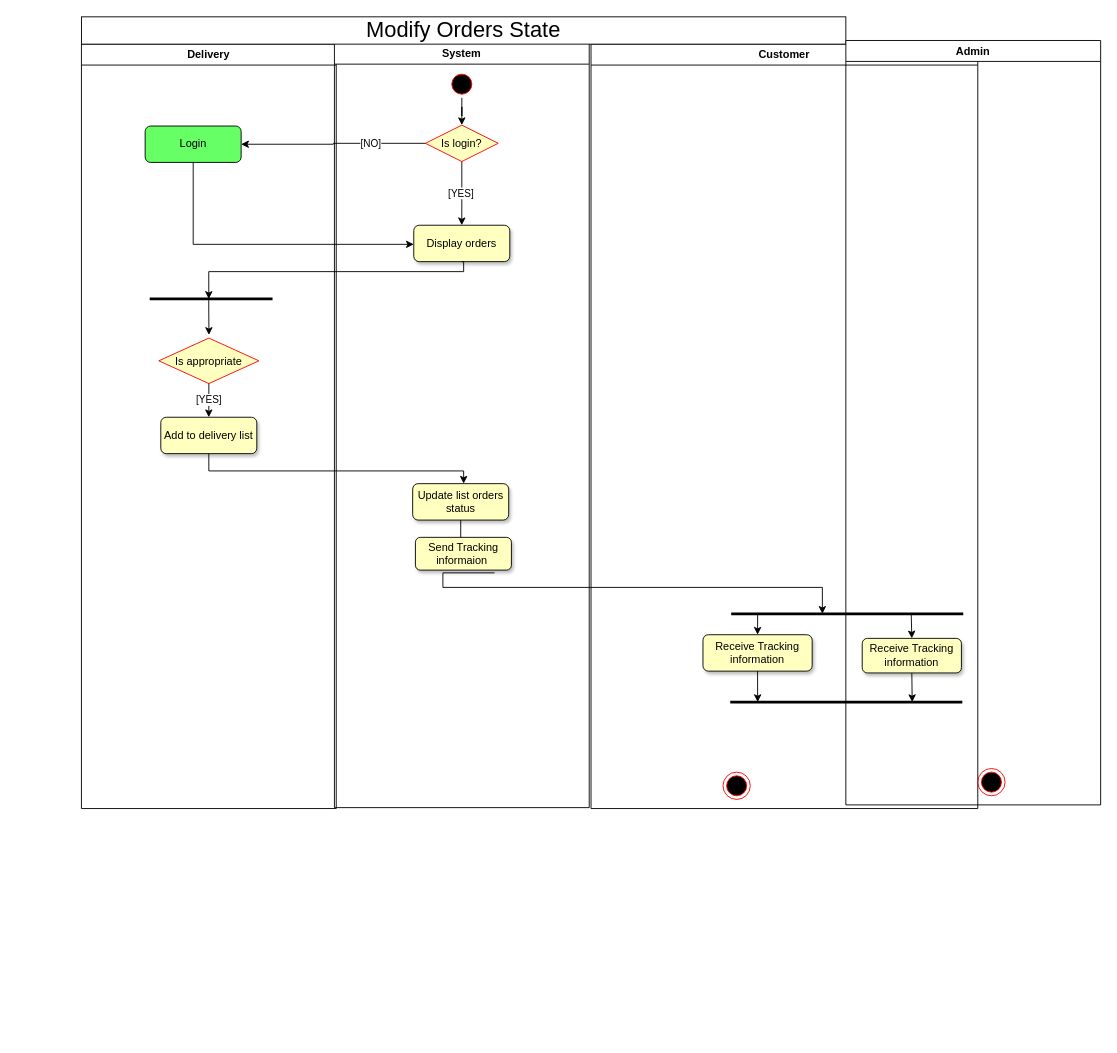
Before: UML/activity diagram and scenario/Delivery Modifies Orders State/Modify Orders State activity diagram.drawio in eltohamy3/Ecommerce-System-analysis_project, a draw.io diagram. Source tidied: cells renumbered, new cells numbered last; positions are measured from the earlier drawing's top-left corner, leaving out a move shared by most shapes. Both pictures are drawn from the tidied source at 91%, with x=0, y=0 at pixel (81, 16).
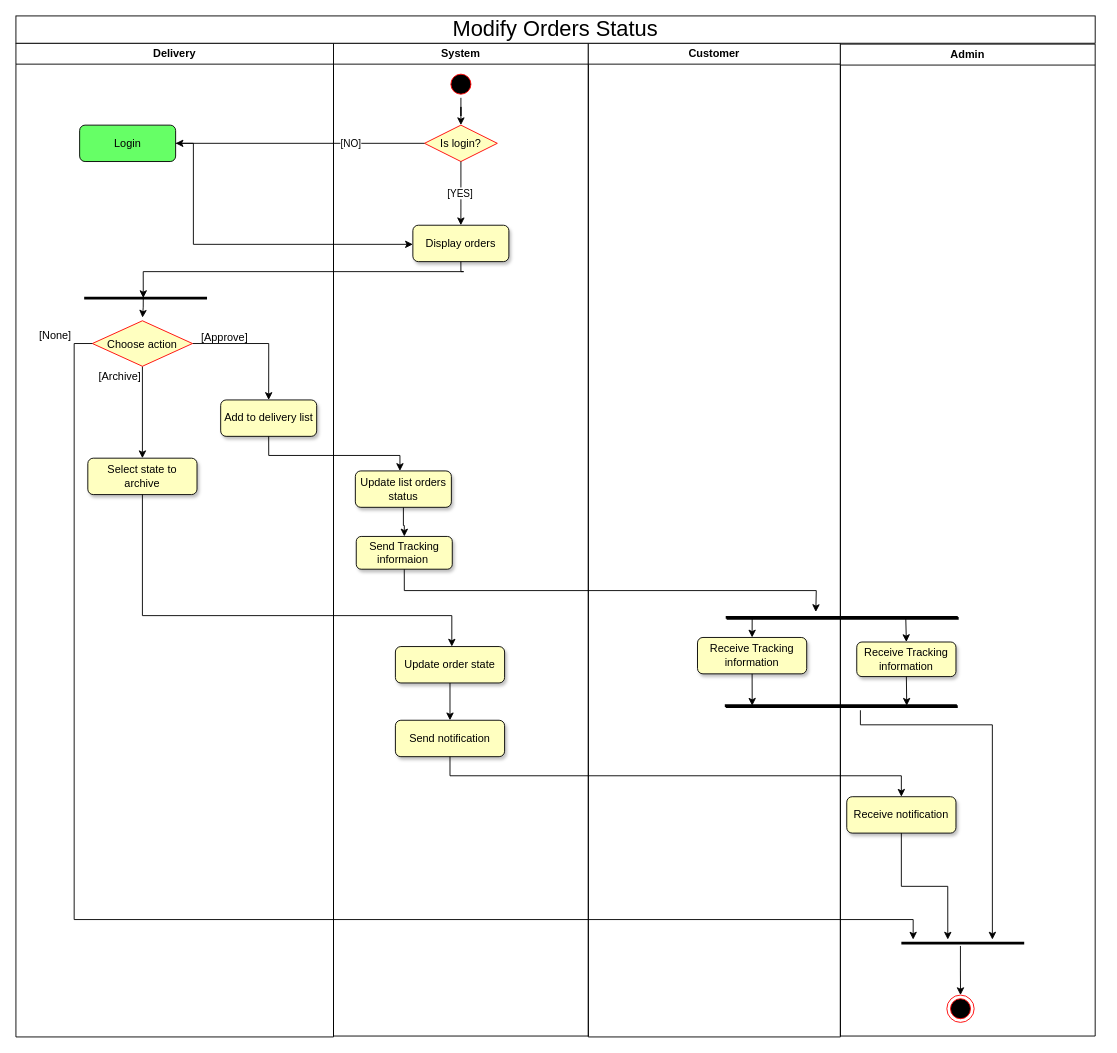
After the change.

Diff of the diagram source:
```diff
@@
     <mxCell id="2" value="Delivery" style="swimlane;whiteSpace=wrap;fillColor=#FFFFFF;" parent="1" vertex="1">
-      <mxGeometry y="30" width="280" height="840" as="geometry" />
+      <mxGeometry x="-72" y="29" width="349" height="1092" as="geometry" />
     </mxCell>
@@
+    <mxCell id="8" value="&lt;span style=&quot;text-wrap-mode: nowrap;&quot;&gt;Login&lt;/span&gt;" style="rounded=1;whiteSpace=wrap;html=1;fillColor=#66FF66;" parent="2" vertex="1">
+      <mxGeometry x="70" y="90" width="105.5" height="40" as="geometry" />
+    </mxCell>
+    <mxCell id="6" style="edgeStyle=orthogonalEdgeStyle;rounded=0;jettySize=auto;html=1;entryX=0.5;entryY=0;entryDx=0;entryDy=0;" parent="2" edge="1" source="5" target="7">
+      <mxGeometry relative="1" as="geometry" />
+    </mxCell>
+    <mxCell id="38" style="edgeStyle=orthogonalEdgeStyle;rounded=0;jettySize=auto;html=1;entryX=0.5;entryY=0;entryDx=0;entryDy=0;" parent="2" edge="1" source="5" target="42">
+      <mxGeometry relative="1" as="geometry" />
+    </mxCell>
-    <mxCell id="5" value="Is appropriate" style="rhombus;fillColor=#FFFFC0;strokeColor=#ff0000;" parent="2" vertex="1">
-      <mxGeometry x="85" y="323" width="110" height="50" as="geometry" />
+    <mxCell id="5" value="Choose action" style="rhombus;fillColor=#FFFFC0;strokeColor=#ff0000;" parent="2" vertex="1">
+      <mxGeometry x="84" y="305" width="110" height="50" as="geometry" />
     </mxCell>
-    <mxCell id="6" value="[YES]" style="edgeStyle=orthogonalEdgeStyle;rounded=0;jettySize=auto;html=1;entryX=0.5;entryY=0;entryDx=0;entryDy=0;fillColor=#FFFFC0;" parent="2" edge="1" source="5" target="7">
-      <mxGeometry relative="1" as="geometry" />
-    </mxCell>
     <mxCell id="7" value="Add to delivery list" style="rounded=1;whiteSpace=wrap;html=1;fillColor=#FFFFC0;shadow=1;" parent="2" vertex="1">
-      <mxGeometry x="87.2" y="410" width="105.5" height="40" as="geometry" />
+      <mxGeometry x="225" y="392" width="105.5" height="40" as="geometry" />
     </mxCell>
-    <mxCell id="8" value="&lt;span style=&quot;text-wrap-mode: nowrap;&quot;&gt;Login&lt;/span&gt;" style="rounded=1;whiteSpace=wrap;html=1;fillColor=#66FF66;" parent="2" vertex="1">
-      <mxGeometry x="70" y="90" width="105.5" height="40" as="geometry" />
-    </mxCell>
-    <mxCell id="9" value="System" style="swimlane;whiteSpace=wrap;fillColor=#FFFFFF;" parent="1" vertex="1">
-      <mxGeometry x="278" y="29" width="280" height="840" as="geometry" />
-    </mxCell>
-    <mxCell id="10" value="Display orders" style="rounded=1;whiteSpace=wrap;html=1;fillColor=#FFFFC0;shadow=1;" parent="9" vertex="1">
-      <mxGeometry x="87.2" y="200" width="105.5" height="40" as="geometry" />
-    </mxCell>
-    <mxCell id="11" style="edgeStyle=orthogonalEdgeStyle;rounded=0;jettySize=auto;html=1;fillColor=#FFFFC0;" parent="9" edge="1" source="12" target="13">
+    <mxCell id="11" style="edgeStyle=orthogonalEdgeStyle;rounded=0;jettySize=auto;html=1;fillColor=#FFFFC0;" parent="2" edge="1" source="12" target="13">
       <mxGeometry relative="1" as="geometry" />
     </mxCell>
-    <mxCell id="12" value="Update list orders status" style="rounded=1;whiteSpace=wrap;html=1;fillColor=#FFFFC0;shadow=1;" parent="9" vertex="1">
-      <mxGeometry x="86" y="484" width="105.5" height="40" as="geometry" />
+    <mxCell id="12" value="Update list orders status" style="rounded=1;whiteSpace=wrap;html=1;fillColor=#FFFFC0;shadow=1;" parent="2" vertex="1">
+      <mxGeometry x="373" y="470" width="105.5" height="40" as="geometry" />
     </mxCell>
-    <mxCell id="13" value="Send Tracking informaion&amp;nbsp;" style="rounded=1;whiteSpace=wrap;html=1;fillColor=#FFFFC0;shadow=1;" parent="9" vertex="1">
-      <mxGeometry x="89" y="543" width="105.5" height="36" as="geometry" />
+    <mxCell id="13" value="Send Tracking informaion&amp;nbsp;" style="rounded=1;whiteSpace=wrap;html=1;fillColor=#FFFFC0;shadow=1;" parent="2" vertex="1">
+      <mxGeometry x="374" y="542" width="105.5" height="36" as="geometry" />
     </mxCell>
+    <mxCell id="19" style="edgeStyle=orthogonalEdgeStyle;rounded=0;jettySize=auto;html=1;exitX=0.5;exitY=1;exitDx=0;exitDy=0;fillColor=#FFFFC0;" parent="2" edge="1" source="7" target="12">
+      <mxGeometry relative="1" as="geometry">
+        <Array as="points">
+          <mxPoint x="278" y="453" />
+          <mxPoint x="422" y="453" />
+        </Array>
+      </mxGeometry>
+    </mxCell>
+    <mxCell id="39" value="[Approve]" style="text;html=1;align=center;verticalAlign=middle;strokeColor=none;fillColor=none;" parent="2" vertex="1">
+      <mxGeometry x="194" y="310" width="70" height="27" as="geometry" />
+    </mxCell>
+    <mxCell id="40" value="[None]" style="text;html=1;align=center;verticalAlign=middle;strokeColor=none;fillColor=none;" parent="2" vertex="1">
+      <mxGeometry x="16" y="308" width="54" height="27" as="geometry" />
+    </mxCell>
+    <mxCell id="41" value="[Archive]" style="text;html=1;align=center;verticalAlign=middle;strokeColor=none;fillColor=none;" parent="2" vertex="1">
+      <mxGeometry x="81" y="353" width="66" height="27" as="geometry" />
+    </mxCell>
+    <mxCell id="42" value="Select state to archive" style="rounded=1;whiteSpace=wrap;html=1;fillColor=#FFFFC0;shadow=1;" parent="2" vertex="1">
+      <mxGeometry x="79" y="456" width="120" height="40" as="geometry" />
+    </mxCell>
+    <mxCell id="9" value="System" style="swimlane;whiteSpace=wrap;fillColor=#FFFFFF;" parent="1" vertex="1">
+      <mxGeometry x="277" y="29" width="280" height="1091" as="geometry" />
+    </mxCell>
+    <mxCell id="10" value="Display orders" style="rounded=1;whiteSpace=wrap;html=1;fillColor=#FFFFC0;shadow=1;" parent="9" vertex="1">
+      <mxGeometry x="87.2" y="200" width="105.5" height="40" as="geometry" />
+    </mxCell>
@@
-    <mxCell id="19" style="edgeStyle=orthogonalEdgeStyle;rounded=0;jettySize=auto;html=1;exitX=0.5;exitY=1;exitDx=0;exitDy=0;fillColor=#FFFFC0;" parent="1" edge="1" source="7" target="12">
-      <mxGeometry relative="1" as="geometry">
-        <Array as="points">
-          <mxPoint x="140" y="499" />
-          <mxPoint x="420" y="499" />
-        </Array>
-      </mxGeometry>
-    </mxCell>
+    <mxCell id="43" style="edgeStyle=orthogonalEdgeStyle;rounded=0;jettySize=auto;html=1;entryX=0.5;entryY=0;entryDx=0;entryDy=0;" parent="9" edge="1" source="44" target="45">
+      <mxGeometry relative="1" as="geometry" />
+    </mxCell>
+    <mxCell id="44" value="Update order state" style="rounded=1;whiteSpace=wrap;html=1;fillColor=#FFFFC0;shadow=1;" parent="9" vertex="1">
+      <mxGeometry x="68" y="663" width="120" height="40" as="geometry" />
+    </mxCell>
+    <mxCell id="45" value="Send notification" style="rounded=1;whiteSpace=wrap;html=1;fillColor=#FFFFC0;shadow=1;" parent="9" vertex="1">
+      <mxGeometry x="68" y="744" width="120" height="40" as="geometry" />
+    </mxCell>
@@
     <mxCell id="21" value="Customer" style="swimlane;whiteSpace=wrap;fillColor=#FFFFFF;" parent="1" vertex="1">
-      <mxGeometry x="560" y="30" width="425" height="840" as="geometry" />
+      <mxGeometry x="557" y="29" width="277" height="1092" as="geometry" />
     </mxCell>
-    <mxCell id="22" style="ellipse;shape=endState;fillColor=#000000;strokeColor=#ff0000;" parent="21" vertex="1">
-      <mxGeometry x="145" y="800" width="30" height="30" as="geometry" />
-    </mxCell>
     <mxCell id="23" value="Receive Tracking information" style="rounded=1;whiteSpace=wrap;html=1;fillColor=#FFFFC0;shadow=1;" parent="21" vertex="1">
-      <mxGeometry x="123" y="649" width="120" height="40" as="geometry" />
+      <mxGeometry x="120" y="653" width="120" height="40" as="geometry" />
     </mxCell>
-    <mxCell id="24" style="edgeStyle=orthogonalEdgeStyle;rounded=0;orthogonalLoop=1;jettySize=auto;html=1;" parent="21" edge="1">
-      <mxGeometry relative="1" as="geometry">
-        <mxPoint x="-106" y="581" as="sourcePoint" />
-        <mxPoint x="254.2" y="626" as="targetPoint" />
-        <Array as="points">
-          <mxPoint x="-162.8" y="597" />
-          <mxPoint x="254.2" y="597" />
-        </Array>
-      </mxGeometry>
-    </mxCell>
-    <mxCell id="25" value="&lt;span style=&quot;text-align: left;&quot;&gt;&lt;font style=&quot;font-size: 24px;&quot;&gt;Modify Orders State&lt;/font&gt;&lt;/span&gt;" style="rounded=0;whiteSpace=wrap;html=1;" parent="1" vertex="1">
-      <mxGeometry width="840" height="30" as="geometry" />
+    <mxCell id="25" value="&lt;span style=&quot;text-align: left;&quot;&gt;&lt;font style=&quot;font-size: 24px;&quot;&gt;Modify Orders Status&lt;/font&gt;&lt;/span&gt;" style="rounded=0;whiteSpace=wrap;html=1;" parent="1" vertex="1">
+      <mxGeometry x="-72" y="-1" width="1186" height="30" as="geometry" />
     </mxCell>
@@
     <mxCell id="29" value="Admin" style="swimlane;whiteSpace=wrap;fillColor=#FFFFFF;" parent="1" vertex="1">
-      <mxGeometry x="840" y="26" width="280" height="840" as="geometry" />
+      <mxGeometry x="834" y="30" width="280" height="1090" as="geometry" />
     </mxCell>
-    <mxCell id="30" style="ellipse;shape=endState;fillColor=#000000;strokeColor=#ff0000;" parent="29" vertex="1">
-      <mxGeometry x="145" y="800" width="30" height="30" as="geometry" />
-    </mxCell>
@@
+    <mxCell id="46" value="Receive notification" style="rounded=1;whiteSpace=wrap;html=1;fillColor=#FFFFC0;shadow=1;" parent="29" vertex="1">
+      <mxGeometry x="7" y="827" width="120" height="40" as="geometry" />
+    </mxCell>
+    <mxCell id="22" style="ellipse;shape=endState;fillColor=#000000;strokeColor=#ff0000;" parent="29" vertex="1">
+      <mxGeometry x="117" y="1045" width="30" height="30" as="geometry" />
+    </mxCell>
+    <mxCell id="47" style="line;strokeWidth=3;fillColor=#FFFFC0;align=left;verticalAlign=middle;spacingTop=-1;spacingLeft=3;spacingRight=3;labelPosition=right;points=[];portConstraint=eastwest;strokeColor=inherit;" parent="29" vertex="1">
+      <mxGeometry x="67" y="984" width="135" height="8" as="geometry" />
+    </mxCell>
+    <mxCell id="48" style="edgeStyle=orthogonalEdgeStyle;rounded=0;jettySize=auto;html=1;entryX=0.378;entryY=0;entryDx=0;entryDy=0;entryPerimeter=0;" parent="29" edge="1" source="46" target="47">
+      <mxGeometry relative="1" as="geometry" />
+    </mxCell>
+    <mxCell id="49" style="edgeStyle=orthogonalEdgeStyle;rounded=0;jettySize=auto;html=1;exitX=0.481;exitY=0.875;exitDx=0;exitDy=0;exitPerimeter=0;" parent="29" edge="1" source="47" target="22">
+      <mxGeometry relative="1" as="geometry" />
+    </mxCell>
@@
+    <mxCell id="50" style="edgeStyle=orthogonalEdgeStyle;rounded=0;jettySize=auto;html=1;exitX=0.5;exitY=1;exitDx=0;exitDy=0;" parent="1" edge="1" source="13">
+      <mxGeometry relative="1" as="geometry">
+        <mxPoint x="807" y="654" as="targetPoint" />
+      </mxGeometry>
+    </mxCell>
+    <mxCell id="51" style="line;strokeWidth=3;fillColor=#FFFFC0;align=left;verticalAlign=middle;spacingTop=-1;spacingLeft=3;spacingRight=3;labelPosition=right;strokeColor=inherit;" parent="1" vertex="1">
+      <mxGeometry x="709" y="651" width="255" height="20" as="geometry" />
+    </mxCell>
+    <mxCell id="52" style="line;strokeWidth=3;fillColor=#FFFFC0;align=left;verticalAlign=middle;spacingTop=-1;spacingLeft=3;spacingRight=3;labelPosition=right;points=[];portConstraint=eastwest;strokeColor=inherit;" parent="1" vertex="1">
+      <mxGeometry x="708" y="754" width="255" height="8" as="geometry" />
+    </mxCell>
+    <mxCell id="53" style="edgeStyle=orthogonalEdgeStyle;rounded=0;jettySize=auto;html=1;" parent="1" edge="1" source="42" target="44">
+      <mxGeometry relative="1" as="geometry">
+        <Array as="points">
+          <mxPoint x="67" y="658" />
+          <mxPoint x="407" y="658" />
+        </Array>
+      </mxGeometry>
+    </mxCell>
+    <mxCell id="54" style="edgeStyle=orthogonalEdgeStyle;rounded=0;jettySize=auto;html=1;entryX=0.5;entryY=0;entryDx=0;entryDy=0;" parent="1" edge="1" source="45" target="46">
+      <mxGeometry relative="1" as="geometry">
+        <Array as="points">
+          <mxPoint x="405" y="834" />
+          <mxPoint x="901" y="834" />
+        </Array>
+      </mxGeometry>
+    </mxCell>
+    <mxCell id="55" style="edgeStyle=orthogonalEdgeStyle;rounded=0;jettySize=auto;html=1;entryX=0.741;entryY=0;entryDx=0;entryDy=0;entryPerimeter=0;" parent="1" edge="1" source="52" target="47">
+      <mxGeometry relative="1" as="geometry">
+        <Array as="points">
+          <mxPoint x="856" y="778" />
+          <mxPoint x="1001" y="778" />
+        </Array>
+      </mxGeometry>
+    </mxCell>
+    <mxCell id="56" style="edgeStyle=orthogonalEdgeStyle;rounded=0;jettySize=auto;html=1;exitX=0;exitY=0.5;exitDx=0;exitDy=0;entryX=0.096;entryY=0;entryDx=0;entryDy=0;entryPerimeter=0;" parent="1" edge="1" source="5" target="47">
+      <mxGeometry relative="1" as="geometry">
+        <Array as="points">
+          <mxPoint x="-8" y="359" />
+          <mxPoint x="-8" y="992" />
+          <mxPoint x="914" y="992" />
+        </Array>
+      </mxGeometry>
+    </mxCell>
```
